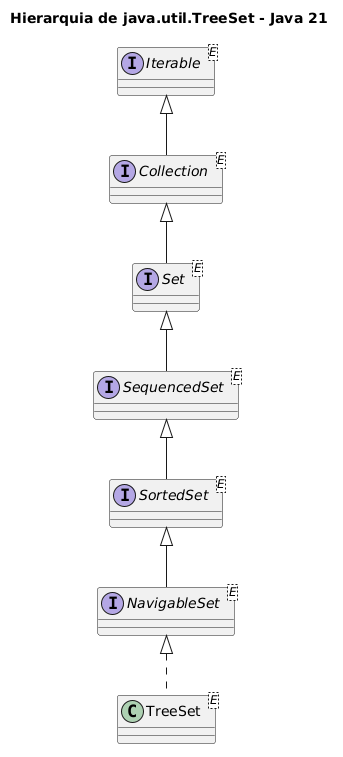
The PlantUML diagram subjects/poo/images/11-treeset-main.png in fabriciosantana/idp-marp-slides, before a commit.
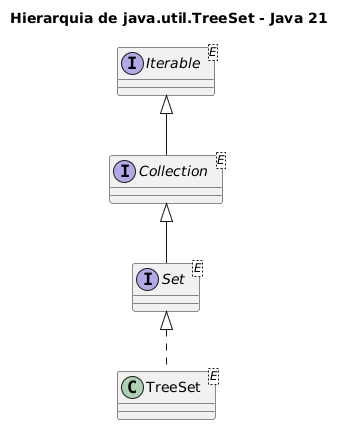
The same file after the commit.

Commit message:
simplificando treeset

The edit, as a diff of the source:
```diff
@@ -4,17 +4,11 @@
 interface Iterable<E>
 interface Collection<E>
 interface Set<E>
-interface SequencedSet<E>
-interface SortedSet<E>
-interface NavigableSet<E>
 
 class TreeSet<E>
 
 Iterable <|-- Collection
 Collection <|-- Set
-Set <|-- SequencedSet
-SequencedSet <|-- SortedSet
-SortedSet <|-- NavigableSet
-NavigableSet <|.. TreeSet
+Set <|.. TreeSet
 
 @enduml
```
